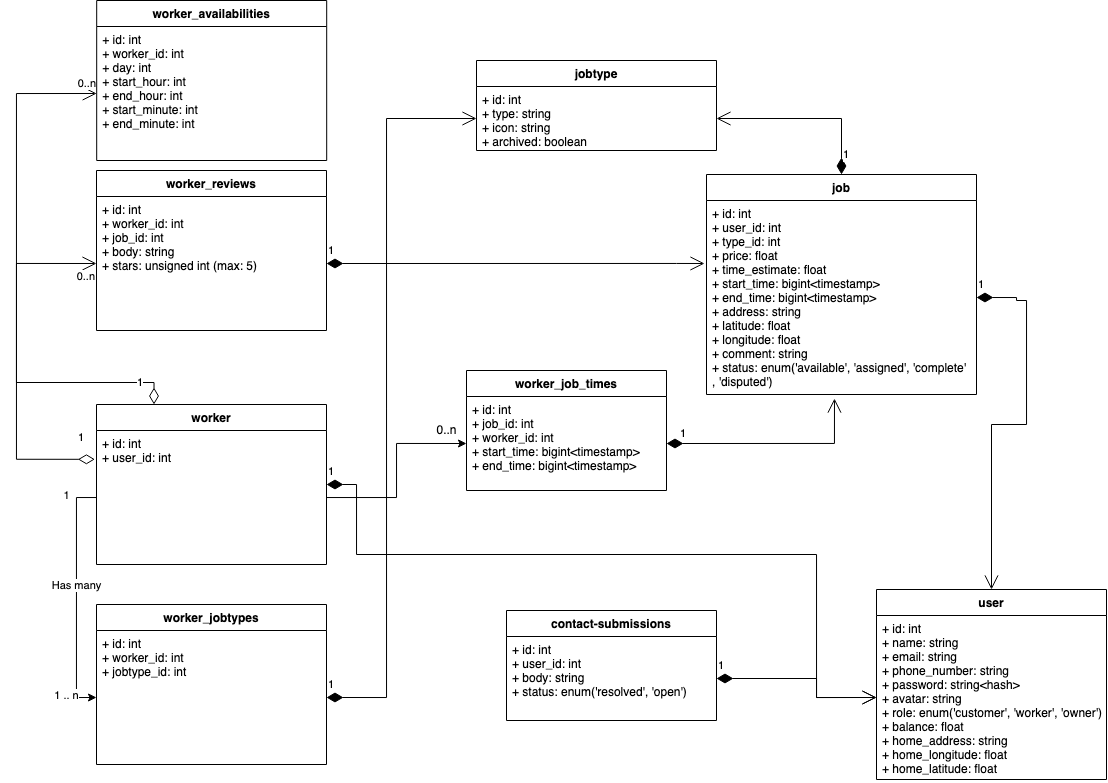
Simponic/JobFindr keeps this draw.io diagram as docs/database-uml-class-diagram.png. Above is the earlier version. Source tidied: cells renumbered, new cells last; positions are measured from the earlier drawing's top-left corner, leaving out a move shared by most shapes.
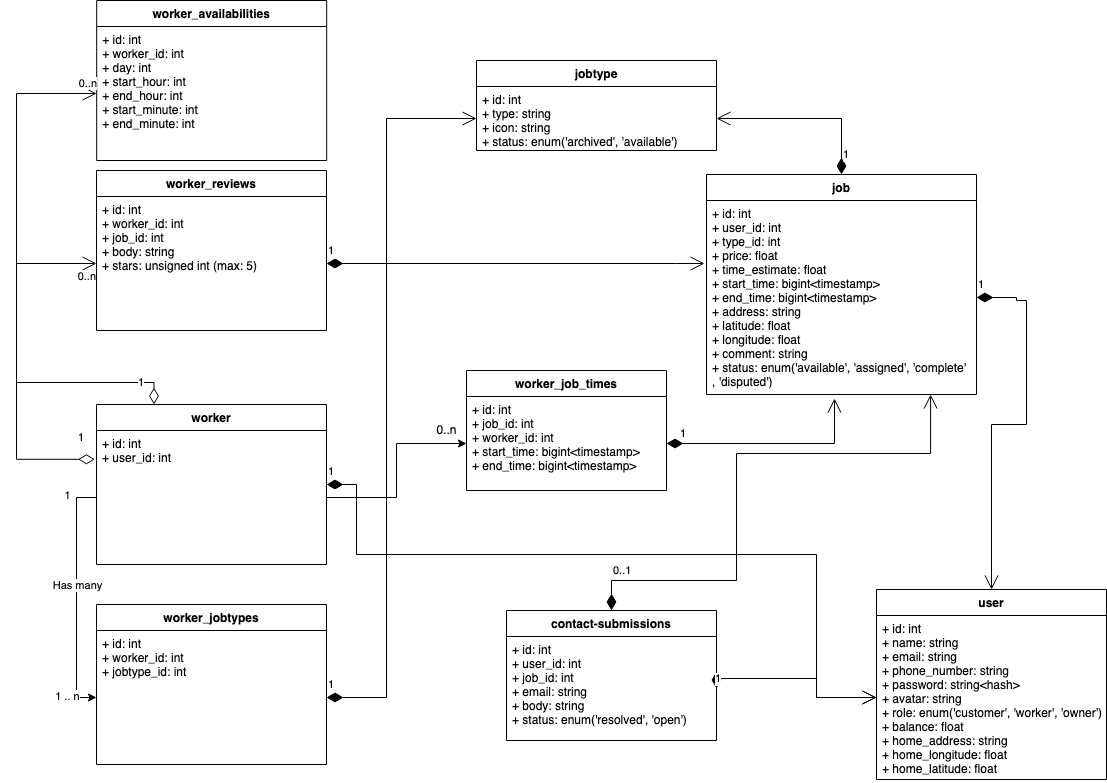
Above is the later version.

Commit message:
Update UML and also fix when user not signed in

The edit, as a diff of the source:
```diff
@@ -5,7 +5,7 @@
     <mxCell id="2" value="jobtype" style="swimlane;fontStyle=1;align=center;verticalAlign=top;horizontal=1;startSize=26;" parent="1" vertex="1">
       <mxGeometry x="460" y="60" width="240" height="90" as="geometry" />
     </mxCell>
-    <mxCell id="3" value="+ id: int&#10;+ type: string&#10;+ icon: string&#10;+ archived: boolean&#10;&#10;" style="text;strokeColor=none;fillColor=none;align=left;verticalAlign=top;spacingLeft=4;spacingRight=4;overflow=hidden;points=[[0,0.5],[1,0.5]];portConstraint=eastwest;" parent="2" vertex="1">
+    <mxCell id="3" value="+ id: int&#10;+ type: string&#10;+ icon: string&#10;+ status: enum('archived', 'available')&#10;&#10;" style="text;strokeColor=none;fillColor=none;align=left;verticalAlign=top;spacingLeft=4;spacingRight=4;overflow=hidden;points=[[0,0.5],[1,0.5]];portConstraint=eastwest;" parent="2" vertex="1">
       <mxGeometry y="26" width="240" height="64" as="geometry" />
     </mxCell>
     <mxCell id="4" value="user" style="swimlane;fontStyle=1;align=center;verticalAlign=top;horizontal=1;startSize=26;" parent="1" vertex="1">
@@ -49,10 +49,10 @@
       <mxGeometry y="26" width="230" height="134" as="geometry" />
     </mxCell>
     <mxCell id="16" value="contact-submissions" style="swimlane;fontStyle=1;align=center;verticalAlign=top;horizontal=1;startSize=26;" parent="1" vertex="1">
-      <mxGeometry x="490" y="610" width="210" height="110" as="geometry" />
+      <mxGeometry x="490" y="610" width="210" height="130" as="geometry" />
     </mxCell>
-    <mxCell id="17" value="+ id: int&#10;+ user_id: int&#10;+ body: string&#10;+ status: enum('resolved', 'open')&#10;&#10;" style="text;strokeColor=none;fillColor=none;align=left;verticalAlign=top;spacingLeft=4;spacingRight=4;overflow=hidden;points=[[0,0.5],[1,0.5]];portConstraint=eastwest;" parent="16" vertex="1">
-      <mxGeometry y="26" width="210" height="84" as="geometry" />
+    <mxCell id="17" value="+ id: int&#10;+ user_id: int&#10;+ job_id: int &#10;+ email: string&#10;+ body: string&#10;+ status: enum('resolved', 'open')&#10;&#10;" style="text;strokeColor=none;fillColor=none;align=left;verticalAlign=top;spacingLeft=4;spacingRight=4;overflow=hidden;points=[[0,0.5],[1,0.5]];portConstraint=eastwest;" parent="16" vertex="1">
+      <mxGeometry y="26" width="210" height="104" as="geometry" />
     </mxCell>
     <mxCell id="18" value="1" style="endArrow=open;html=1;endSize=12;startArrow=diamondThin;startSize=14;startFill=1;edgeStyle=orthogonalEdgeStyle;align=left;verticalAlign=bottom;rounded=0;exitX=0.5;exitY=0;exitDx=0;exitDy=0;entryX=1;entryY=0.5;entryDx=0;entryDy=0;" parent="1" edge="1" source="6" target="3">
       <mxGeometry x="-0.89" relative="1" as="geometry">
@@ -185,5 +185,15 @@
     <mxCell id="40" value="&lt;div&gt;0..n&lt;/div&gt;" style="text;html=1;align=center;verticalAlign=middle;strokeColor=none;fillColor=none;" parent="1" vertex="1">
       <mxGeometry x="410" y="420" width="40" height="20" as="geometry" />
     </mxCell>
+    <mxCell id="41" value="&lt;div&gt;0..1&lt;/div&gt;" style="endArrow=open;html=1;endSize=12;startArrow=diamondThin;startSize=14;startFill=1;edgeStyle=orthogonalEdgeStyle;align=left;verticalAlign=bottom;rounded=0;exitX=0.5;exitY=0;exitDx=0;exitDy=0;entryX=0.83;entryY=1;entryDx=0;entryDy=0;entryPerimeter=0;" parent="1" edge="1" source="16" target="7">
+      <mxGeometry x="-0.89" relative="1" as="geometry">
+        <Array as="points">
+          <mxPoint x="595" y="580" />
+          <mxPoint x="720" y="580" />
+          <mxPoint x="720" y="453" />
+          <mxPoint x="914" y="453" />
+        </Array>
+      </mxGeometry>
+    </mxCell>
   </root>
 </mxGraphModel>
```
